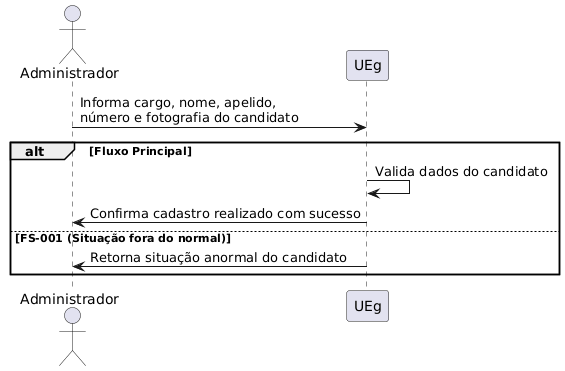
augustotx/modelagem-de-software keeps this PlantUML diagram as resources/img/diagrama_sequencia_cadastro.png. Above is the earlier version.
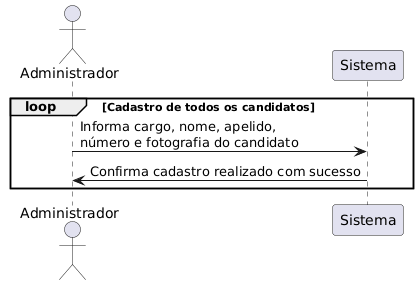
Above is the later version.

Commit message:
Correção diagrama de sequencia de cadastro

Change to the diagram source:
```diff
@@ -1,14 +1,10 @@
 @startuml
 actor Administrador
-participant UEg
+participant Sistema
 
-Administrador -> UEg: Informa cargo, nome, apelido,\nnúmero e fotografia do candidato
+loop Cadastro de todos os candidatos
+    Administrador -> Sistema: Informa cargo, nome, apelido,\nnúmero e fotografia do candidato
+    Sistema -> Administrador: Confirma cadastro realizado com sucesso
 
-alt Fluxo Principal
-    UEg -> UEg: Valida dados do candidato
-    UEg -> Administrador: Confirma cadastro realizado com sucesso
-
-else FS-001 (Situação fora do normal)
-    UEg -> Administrador: Retorna situação anormal do candidato
 end
 @enduml
```
